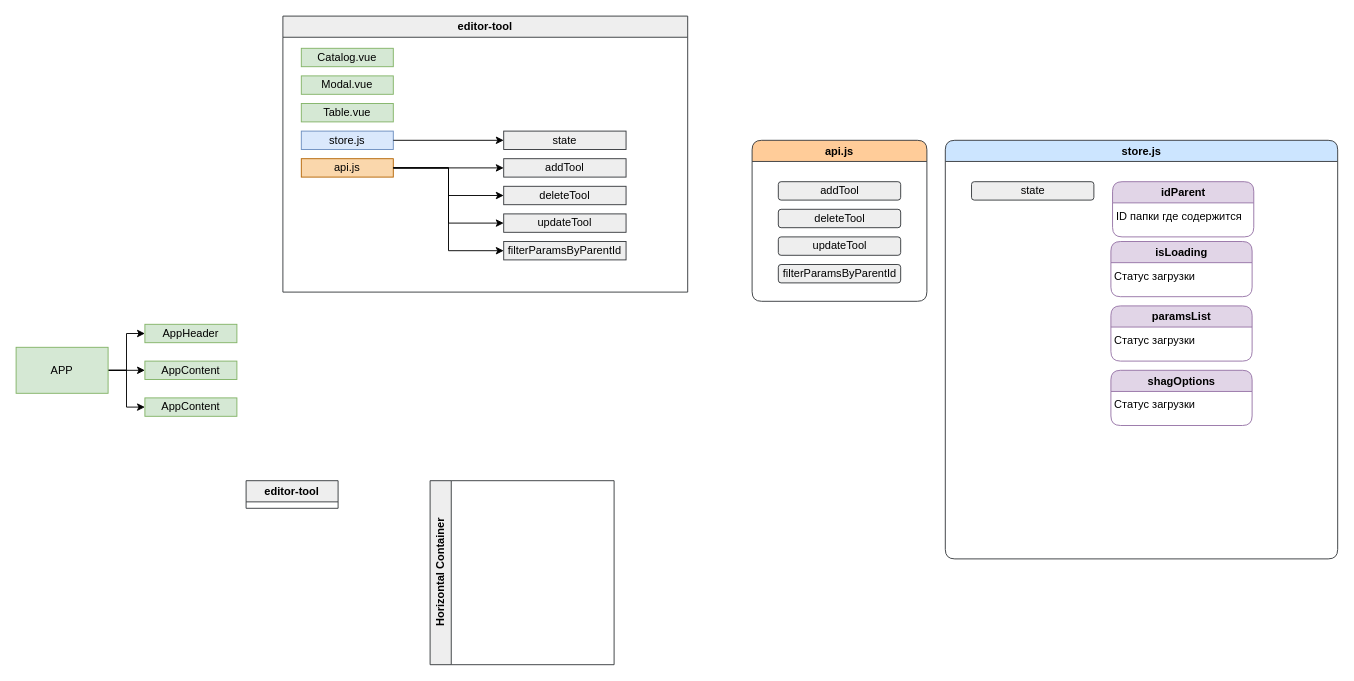
The draw.io diagram doc/APP.drawio in i5anin/vue.soft.pfforum, before the edit. Source tidied: cells renumbered, new cells numbered last; positions are measured from the earlier drawing's top-left corner, leaving out a move shared by most shapes. Both pictures are drawn from the tidied source at 92%, with x=0, y=0 at pixel (16, 16).
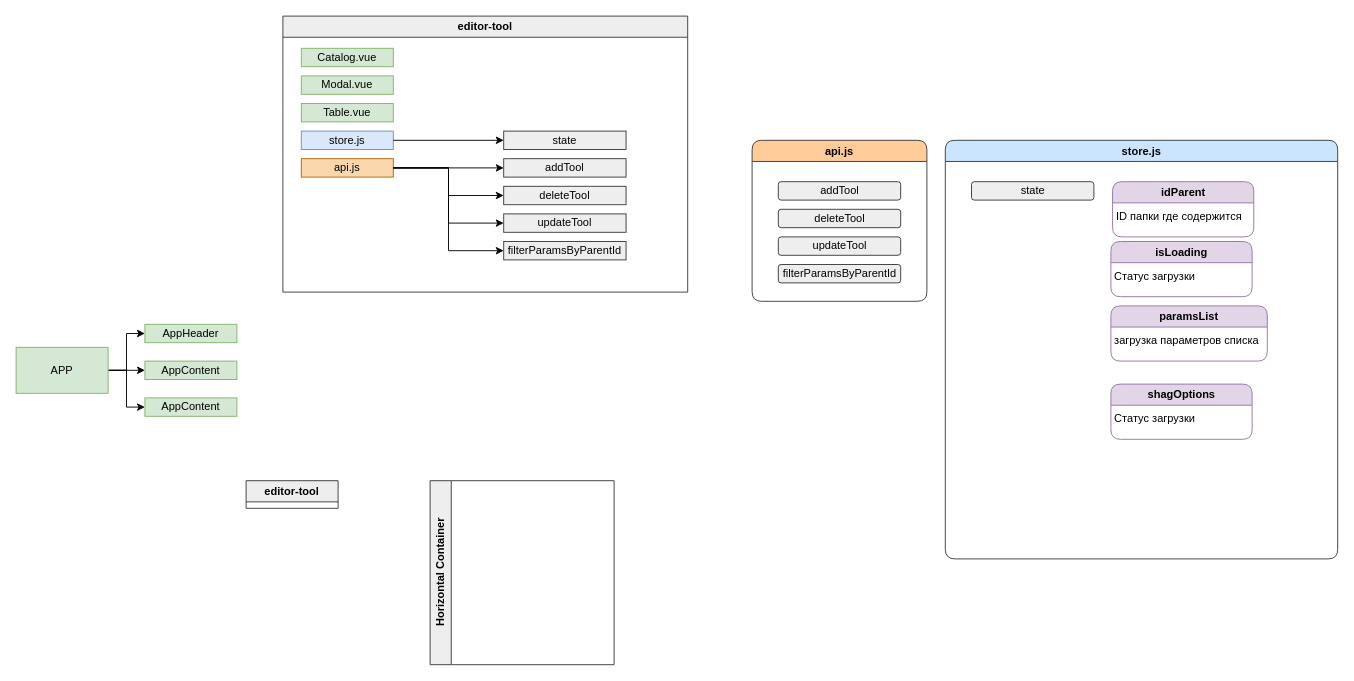
After the change.

The change refers to these unchanged cells:
```xml
<mxCell id="32" value="store.js" style="swimlane;whiteSpace=wrap;html=1;strokeColor=#36393d;align=center;verticalAlign=middle;fontFamily=Helvetica;fontSize=12;fillColor=#cce5ff;rounded=1;" parent="1" vertex="1">
  <mxGeometry x="1010" y="135" width="426.5" height="455" as="geometry" />
</mxCell>
```

Diff of the diagram source:
```diff
@@
     <mxCell id="38" value="paramsList" style="swimlane;whiteSpace=wrap;html=1;strokeColor=#9673a6;align=center;verticalAlign=middle;fontFamily=Helvetica;fontSize=12;fillColor=#e1d5e7;rounded=1;" parent="32" vertex="1">
-      <mxGeometry x="180" y="180" width="153.5" height="60" as="geometry" />
+      <mxGeometry x="180" y="180" width="170" height="60" as="geometry" />
     </mxCell>
-    <mxCell id="39" value="Статус загрузки" style="text;html=1;strokeColor=none;fillColor=none;align=left;verticalAlign=middle;whiteSpace=wrap;rounded=0;fontFamily=Helvetica;fontSize=12;fontColor=default;" parent="38" vertex="1">
-      <mxGeometry x="1.8" y="25" width="150" height="25" as="geometry" />
+    <mxCell id="39" value="загрузка параметров списка" style="text;html=1;strokeColor=none;fillColor=none;align=left;verticalAlign=middle;whiteSpace=wrap;rounded=0;fontFamily=Helvetica;fontSize=12;fontColor=default;" parent="38" vertex="1">
+      <mxGeometry x="1.8" y="25" width="168.2" height="25" as="geometry" />
     </mxCell>
     <mxCell id="40" value="shagOptions" style="swimlane;whiteSpace=wrap;html=1;strokeColor=#9673a6;align=center;verticalAlign=middle;fontFamily=Helvetica;fontSize=12;fillColor=#e1d5e7;rounded=1;" parent="32" vertex="1">
-      <mxGeometry x="180" y="250" width="153.5" height="60" as="geometry" />
+      <mxGeometry x="180" y="265" width="153.5" height="60" as="geometry" />
     </mxCell>
```
